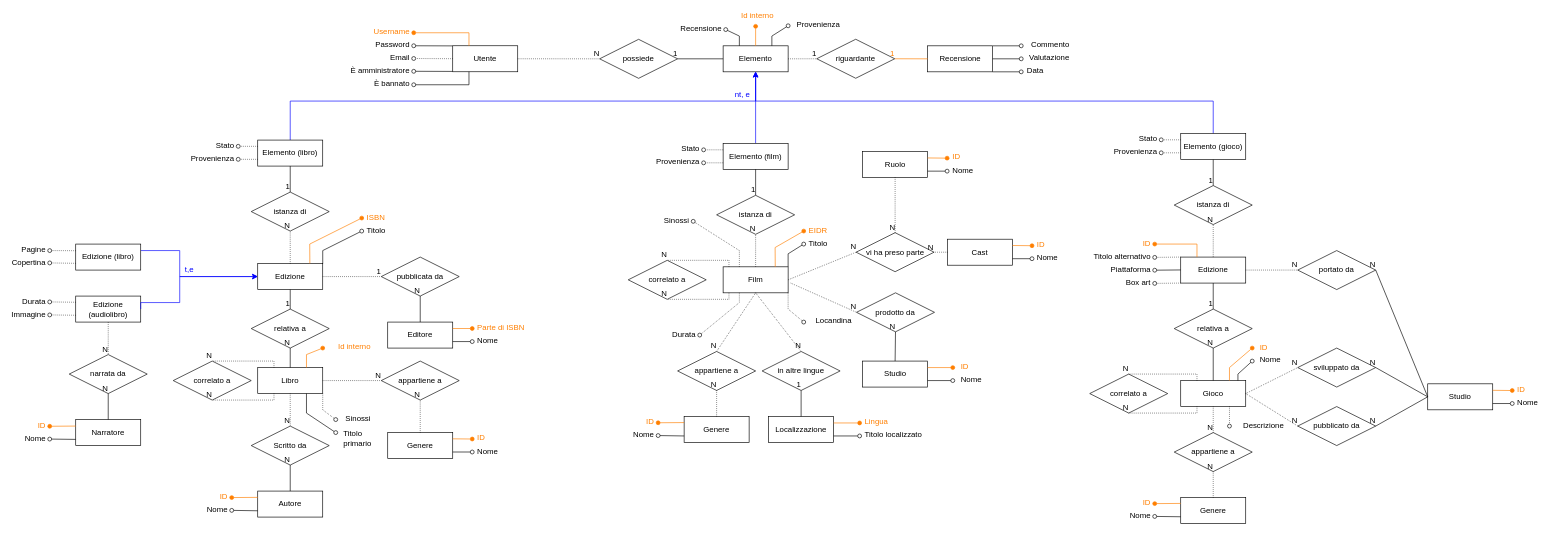
The draw.io diagram schema-finale.drawio in Steffo99/unimore-bdd-2020-alexandria, before the edit. Source tidied: cells renumbered, new cells numbered last; positions are measured from the earlier drawing's top-left corner, leaving out a move shared by most shapes. Both pictures are drawn from the tidied source at 65%, with x=0, y=0 at pixel (49, 25).
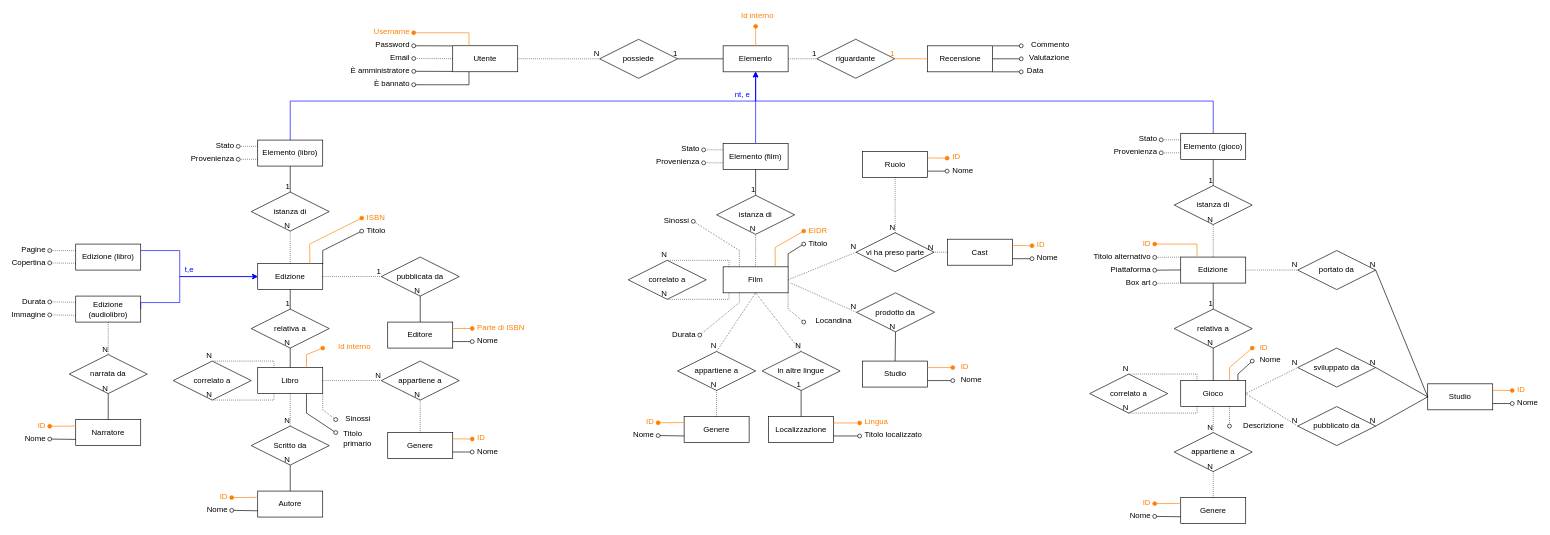
Above is the later version.

Commit message:
Rimuovi attributi duplicati

The change refers to these unchanged cells:
```xml
<mxCell id="4" value="Elemento" style="whiteSpace=wrap;html=1;align=center;" parent="1" vertex="1">
  <mxGeometry x="1036" y="31" width="100" height="40" as="geometry" />
</mxCell>
```

The edit, as a diff of the source:
```diff
@@
-    <mxCell id="247" style="endArrow=oval;html=1;rounded=0;strokeColor=#000000;endFill=0;exitX=0.75;exitY=0;exitDx=0;exitDy=0;" parent="1" edge="1" source="4">
-      <mxGeometry relative="1" as="geometry">
-        <mxPoint x="1136" y="0.2" as="targetPoint" />
-        <Array as="points">
-          <mxPoint x="1111" y="16" />
-        </Array>
-      </mxGeometry>
-    </mxCell>
-    <mxCell id="248" value="Provenienza" style="align=right;verticalAlign=middle;fontColor=#000000;html=1;spacingRight=6;spacingBottom=4;" parent="247" vertex="1">
-      <mxGeometry x="1" relative="1" as="geometry">
-        <mxPoint x="86" y="0.2" as="offset" />
-      </mxGeometry>
-    </mxCell>
-    <mxCell id="249" style="endArrow=oval;html=1;rounded=0;strokeColor=#000000;exitX=0.25;exitY=0;exitDx=0;exitDy=0;endFill=0;" parent="1" edge="1" source="4">
-      <mxGeometry relative="1" as="geometry">
-        <mxPoint x="1040" y="6" as="targetPoint" />
-        <Array as="points">
-          <mxPoint x="1061" y="16" />
-        </Array>
-      </mxGeometry>
-    </mxCell>
-    <mxCell id="250" value="Recensione" style="align=right;verticalAlign=middle;fontColor=#000000;html=1;spacingRight=6;spacingBottom=4;" parent="249" vertex="1">
-      <mxGeometry x="1" relative="1" as="geometry">
-        <mxPoint y="0.2" as="offset" />
-      </mxGeometry>
-    </mxCell>
```
